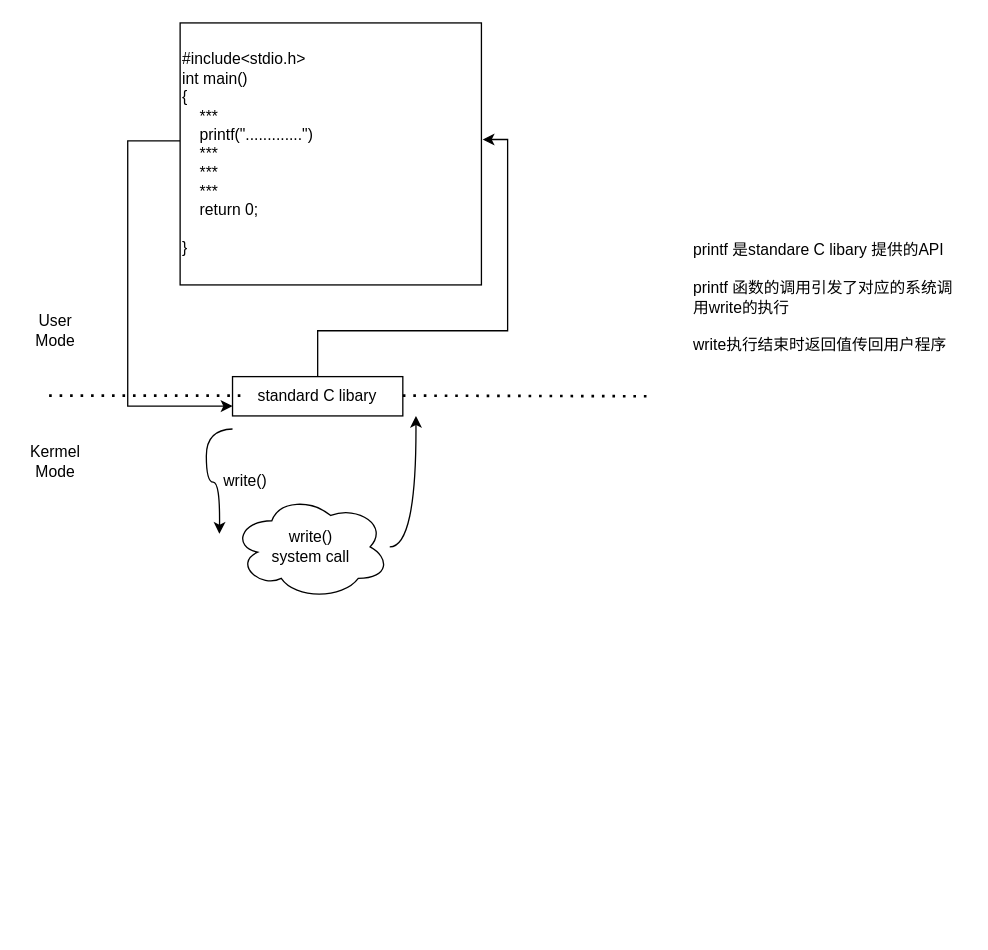
Above: diagrams/os1.drawio in arxobject/spring_analysis (draw.io), before the change. Source tidied: cells renumbered, new cells numbered last; positions are measured from the earlier drawing's top-left corner, leaving out a move shared by most shapes. Both pictures are drawn from the tidied source at 131%, with x=0, y=0 at pixel (22, 22).
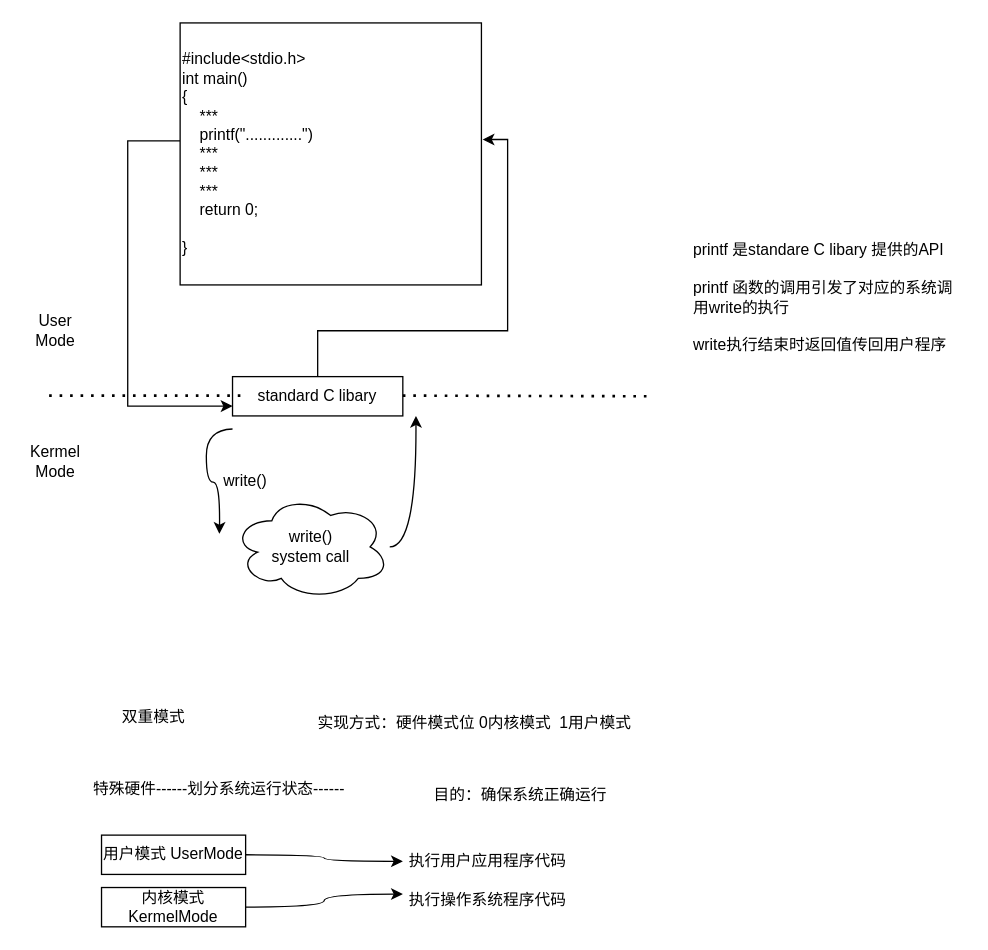
Above is the later version.

Diff of the diagram source:
```diff
@@
+    <mxCell id="15" value="双重模式" style="text;html=1;strokeColor=none;fillColor=none;align=center;verticalAlign=middle;whiteSpace=wrap;rounded=0;" parent="1" vertex="1">
+      <mxGeometry x="60" y="520" width="80" height="20" as="geometry" />
+    </mxCell>
+    <mxCell id="16" value="特殊硬件------划分系统运行状态------" style="text;html=1;strokeColor=none;fillColor=none;align=center;verticalAlign=middle;whiteSpace=wrap;rounded=0;" parent="1" vertex="1">
+      <mxGeometry x="50" y="570" width="200" height="30" as="geometry" />
+    </mxCell>
+    <mxCell id="17" style="edgeStyle=orthogonalEdgeStyle;curved=1;rounded=0;jettySize=auto;html=1;entryX=0;entryY=0.5;entryDx=0;entryDy=0;" parent="1" edge="1" source="18" target="21">
+      <mxGeometry relative="1" as="geometry" />
+    </mxCell>
+    <mxCell id="18" value="用户模式 UserMode" style="rounded=0;whiteSpace=wrap;html=1;fillColor=#FFFFFF;" parent="1" vertex="1">
+      <mxGeometry x="60" y="620" width="110" height="30" as="geometry" />
+    </mxCell>
+    <mxCell id="19" style="edgeStyle=orthogonalEdgeStyle;curved=1;rounded=0;jettySize=auto;html=1;entryX=0;entryY=0.25;entryDx=0;entryDy=0;" parent="1" edge="1" source="20" target="22">
+      <mxGeometry relative="1" as="geometry" />
+    </mxCell>
+    <mxCell id="20" value="内核模式 KermelMode" style="rounded=0;whiteSpace=wrap;html=1;fillColor=#FFFFFF;" parent="1" vertex="1">
+      <mxGeometry x="60" y="660" width="110" height="30" as="geometry" />
+    </mxCell>
+    <mxCell id="21" value="执行用户应用程序代码" style="text;html=1;strokeColor=none;fillColor=none;align=center;verticalAlign=middle;whiteSpace=wrap;rounded=0;" parent="1" vertex="1">
+      <mxGeometry x="290" y="630" width="130" height="20" as="geometry" />
+    </mxCell>
+    <mxCell id="22" value="执行操作系统程序代码" style="text;html=1;strokeColor=none;fillColor=none;align=center;verticalAlign=middle;whiteSpace=wrap;rounded=0;" parent="1" vertex="1">
+      <mxGeometry x="290" y="660" width="130" height="20" as="geometry" />
+    </mxCell>
+    <mxCell id="23" value="目的：确保系统正确运行" style="text;html=1;strokeColor=none;fillColor=none;align=center;verticalAlign=middle;whiteSpace=wrap;rounded=0;" parent="1" vertex="1">
+      <mxGeometry x="300" y="580" width="160" height="20" as="geometry" />
+    </mxCell>
+    <mxCell id="24" value="实现方式：硬件模式位 0内核模式&amp;nbsp; 1用户模式" style="text;html=1;strokeColor=none;fillColor=none;align=center;verticalAlign=middle;whiteSpace=wrap;rounded=0;" parent="1" vertex="1">
+      <mxGeometry x="200" y="520" width="290" height="30" as="geometry" />
+    </mxCell>
```
